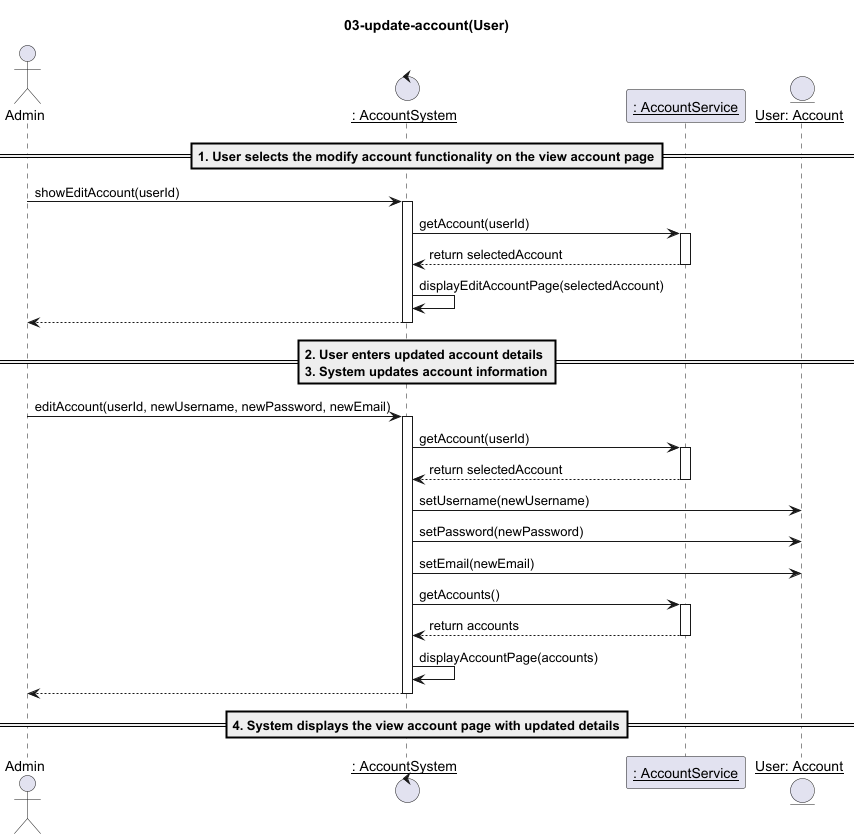
The PlantUML diagram 02-analysis/usecases/images/03-update-account(User).png in mrle0429/Event-Management-System, before a commit.
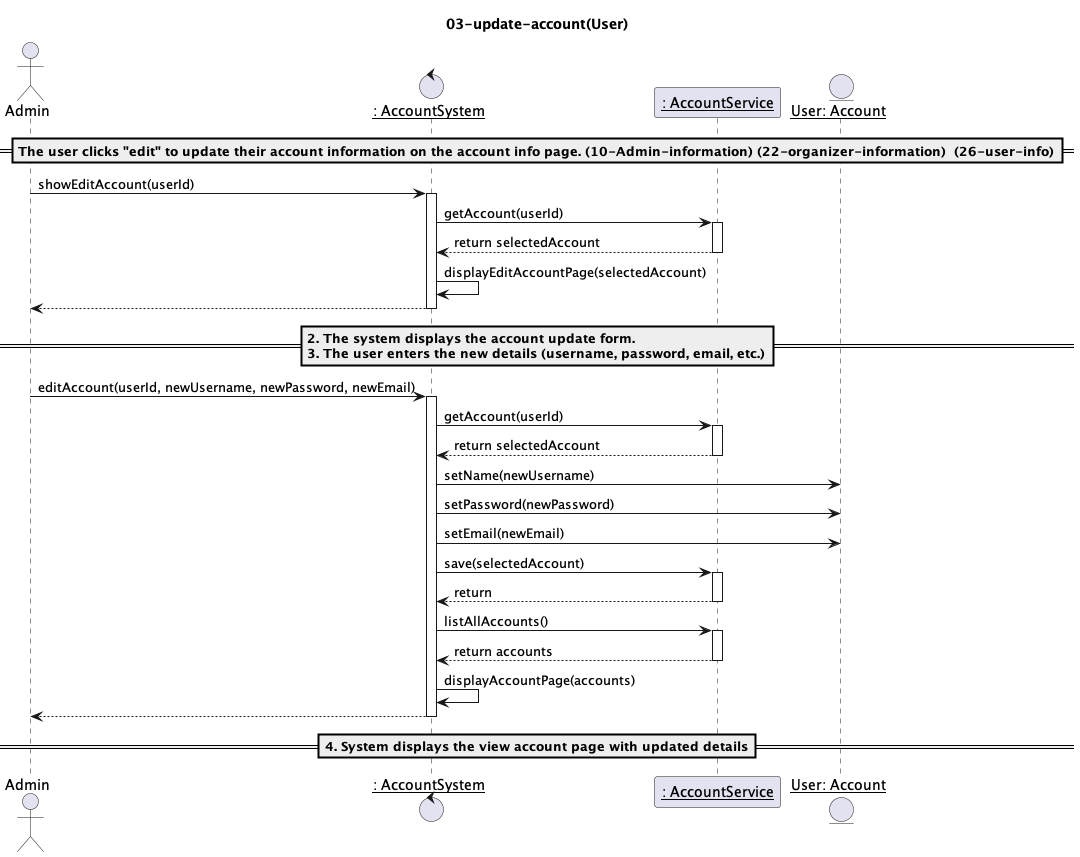
Above is the later version.

Change to the diagram source:
```diff
@@ -5,7 +5,7 @@
 participant "__: AccountService__" as s
 entity "__User: Account__" as a
 
-==1. User selects the modify account functionality on the view account page==
+==The user clicks "edit" to update their account information on the account info page. (10-Admin-information) (22-organizer-information)  (26-user-info)==
 
 u -> c : showEditAccount(userId)
 activate c
@@ -18,7 +18,7 @@
 c --> u
 deactivate c
 
-==2. User enters updated account details\n3. System updates account information==
+==2. The system displays the account update form. \n3. The user enters the new details (username, password, email, etc.)==
 
 u -> c : editAccount(userId, newUsername, newPassword, newEmail)
 activate c
@@ -28,12 +28,18 @@
 s --> c : return selectedAccount
 deactivate s
 
-c -> a : setUsername(newUsername)
+c -> a : setName(newUsername)
 c -> a : setPassword(newPassword)
 c -> a : setEmail(newEmail)
 
-c -> s : getAccounts()
+c -> s: save(selectedAccount)
 activate s
+s --> c: return
+deactivate s
+
+c -> s : listAllAccounts()
+activate s
+
 s --> c : return accounts
 deactivate s
 c -> c  : displayAccountPage(accounts)
```
